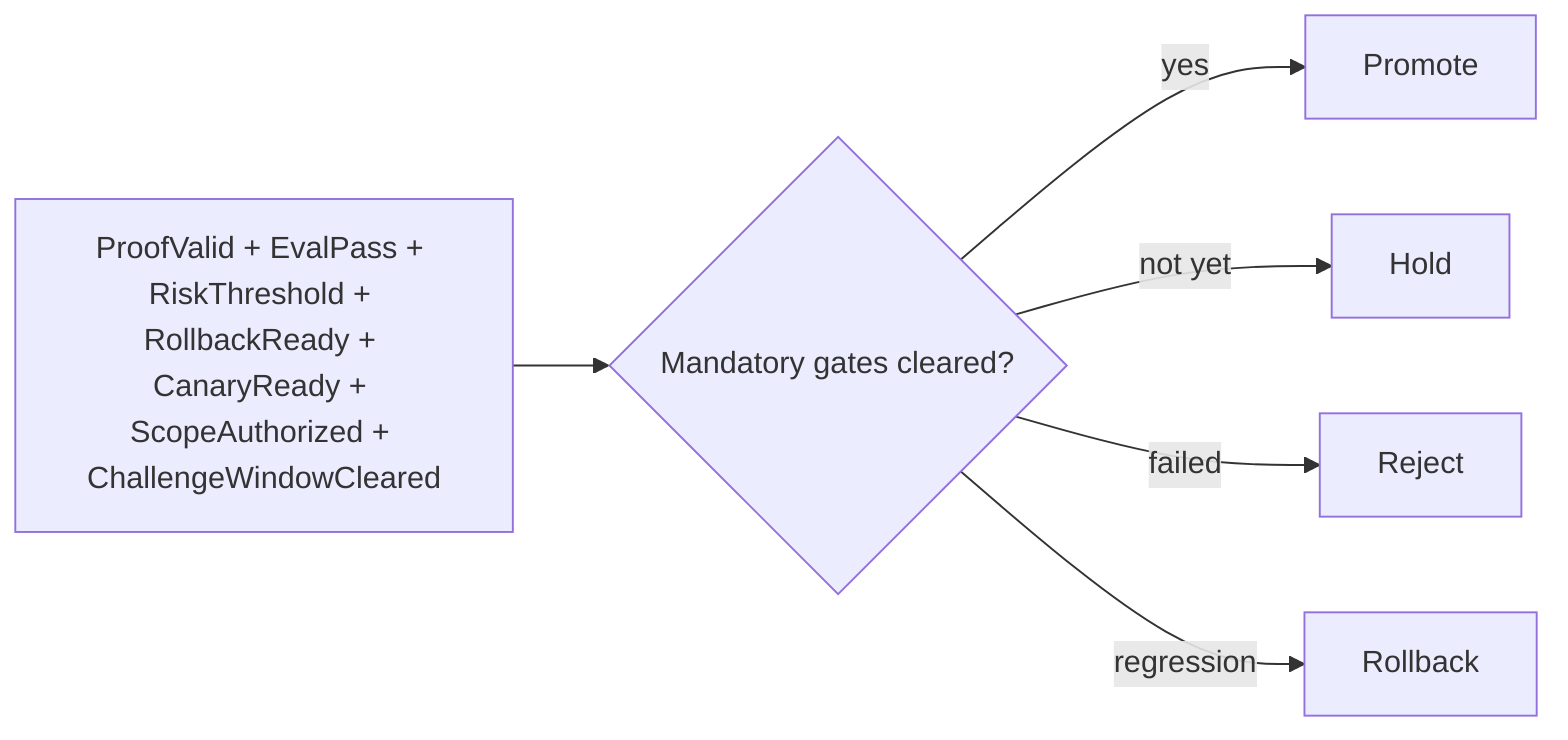
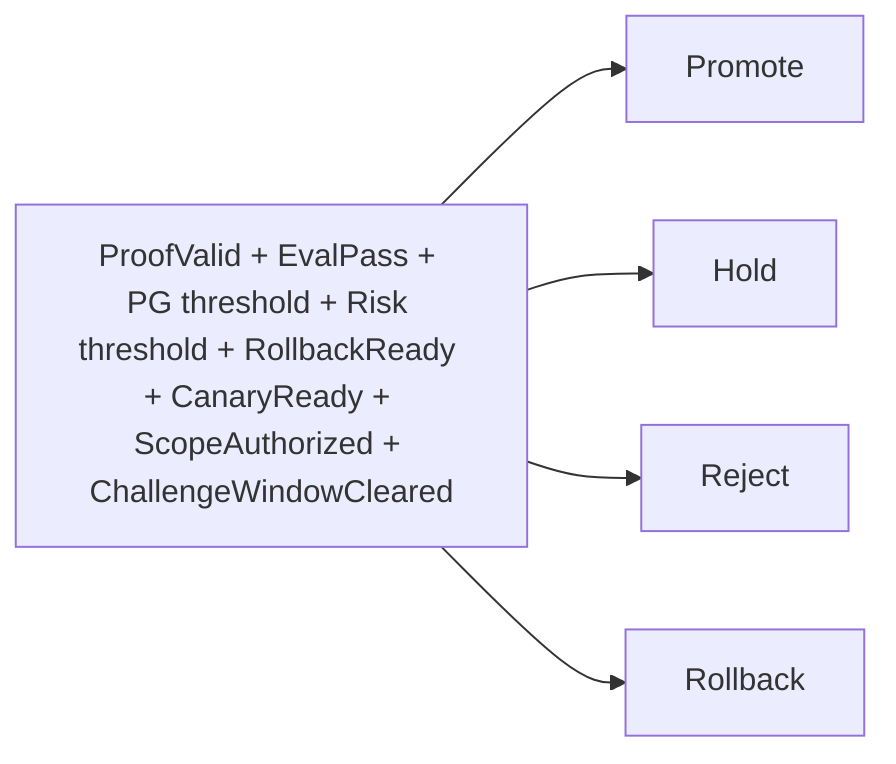
flowchart LR
-   Inputs["ProofValid + EvalPass + RiskThreshold + RollbackReady + CanaryReady + ScopeAuthorized + ChallengeWindowCleared"] --> Gate{"Mandatory gates cleared?"}
-   Gate -->|yes| Promote["Promote"]
-   Gate -->|not yet| Hold["Hold"]
-   Gate -->|failed| Reject["Reject"]
-   Gate -->|regression| Rollback["Rollback"]
+   Gates["ProofValid + EvalPass + PG threshold + Risk threshold + RollbackReady + CanaryReady + ScopeAuthorized + ChallengeWindowCleared"] --> Promote["Promote"]
+   Gates --> Hold["Hold"]
+   Gates --> Reject["Reject"]
+   Gates --> Rollback["Rollback"]
